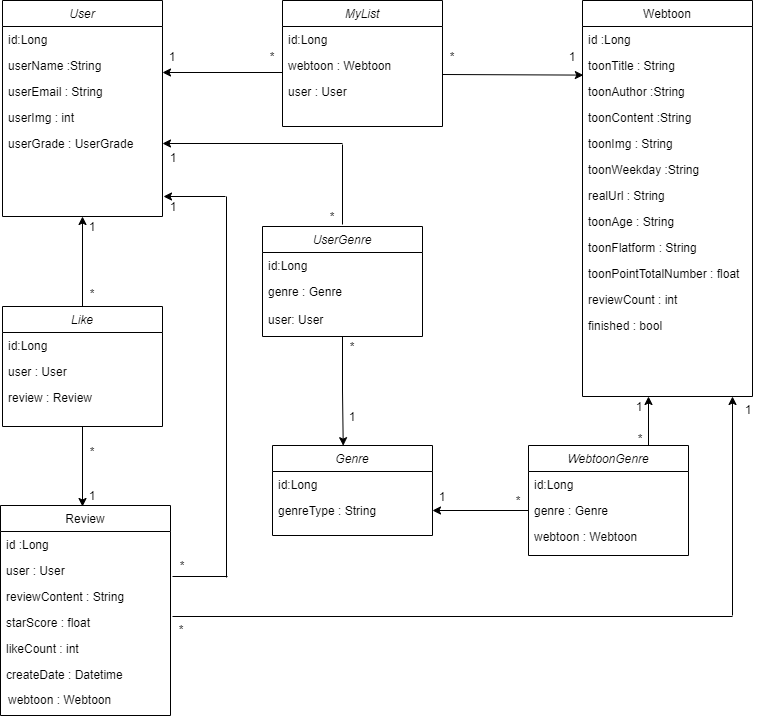
Before: webtooniverse Diagram.png, a diagram exported from draw.io (yeonnwoo/Webtooni_server). Source tidied: cells renumbered, new cells last; positions are measured from the earlier drawing's top-left corner, leaving out a move shared by most shapes. Its diagram source:
```xml
<mxGraphModel>
  <root>
    <mxCell id="0" />
    <mxCell id="1" parent="0" />
    <mxCell id="2" value="User" style="swimlane;fontStyle=2;align=center;verticalAlign=top;horizontal=1;startSize=26;rounded=0;shadow=0;strokeWidth=1;" parent="1" vertex="1">
      <mxGeometry x="2" width="160" height="216" as="geometry" />
    </mxCell>
    <mxCell id="3" value="id:Long" style="text;align=left;verticalAlign=top;spacingLeft=4;spacingRight=4;overflow=hidden;" parent="2" vertex="1">
      <mxGeometry y="26" width="160" height="26" as="geometry" />
    </mxCell>
    <mxCell id="4" value="userName :String" style="text;align=left;verticalAlign=top;spacingLeft=4;spacingRight=4;overflow=hidden;rounded=0;shadow=0;html=0;" parent="2" vertex="1">
      <mxGeometry y="52" width="160" height="26" as="geometry" />
    </mxCell>
    <mxCell id="5" value="userEmail : String" style="text;align=left;verticalAlign=top;spacingLeft=4;spacingRight=4;overflow=hidden;rounded=0;shadow=0;html=0;" parent="2" vertex="1">
      <mxGeometry y="78" width="160" height="26" as="geometry" />
    </mxCell>
    <mxCell id="6" value="userImg : int" style="text;align=left;verticalAlign=top;spacingLeft=4;spacingRight=4;overflow=hidden;rounded=0;shadow=0;html=0;" parent="2" vertex="1">
      <mxGeometry y="104" width="160" height="26" as="geometry" />
    </mxCell>
    <mxCell id="7" value="userGrade : UserGrade" style="text;align=left;verticalAlign=top;spacingLeft=4;spacingRight=4;overflow=hidden;points=[[0,0.5],[1,0.5]];portConstraint=eastwest;rounded=0;shadow=0;html=0;" parent="2" vertex="1">
      <mxGeometry y="130" width="160" height="26" as="geometry" />
    </mxCell>
    <mxCell id="8" value="Webtoon" style="swimlane;fontStyle=0;align=center;verticalAlign=top;horizontal=1;startSize=26;rounded=0;shadow=0;strokeWidth=1;" parent="1" vertex="1">
      <mxGeometry x="582" width="170" height="396" as="geometry" />
    </mxCell>
    <mxCell id="9" value="id :Long" style="text;align=left;verticalAlign=top;spacingLeft=4;spacingRight=4;overflow=hidden;rounded=0;shadow=0;html=0;" parent="8" vertex="1">
      <mxGeometry y="26" width="170" height="26" as="geometry" />
    </mxCell>
    <mxCell id="10" value="toonTitle : String" style="text;align=left;verticalAlign=top;spacingLeft=4;spacingRight=4;overflow=hidden;rounded=0;shadow=0;html=0;" parent="8" vertex="1">
      <mxGeometry y="52" width="170" height="26" as="geometry" />
    </mxCell>
    <mxCell id="11" value="toonAuthor :String" style="text;align=left;verticalAlign=top;spacingLeft=4;spacingRight=4;overflow=hidden;rounded=0;shadow=0;html=0;" parent="8" vertex="1">
      <mxGeometry y="78" width="170" height="26" as="geometry" />
    </mxCell>
    <mxCell id="12" value="toonContent :String" style="text;align=left;verticalAlign=top;spacingLeft=4;spacingRight=4;overflow=hidden;rounded=0;shadow=0;html=0;" parent="8" vertex="1">
      <mxGeometry y="104" width="170" height="26" as="geometry" />
    </mxCell>
    <mxCell id="13" value="toonImg : String" style="text;align=left;verticalAlign=top;spacingLeft=4;spacingRight=4;overflow=hidden;rounded=0;shadow=0;html=0;" parent="8" vertex="1">
      <mxGeometry y="130" width="170" height="26" as="geometry" />
    </mxCell>
    <mxCell id="14" value="toonWeekday :String" style="text;align=left;verticalAlign=top;spacingLeft=4;spacingRight=4;overflow=hidden;rounded=0;shadow=0;html=0;" parent="8" vertex="1">
      <mxGeometry y="156" width="170" height="26" as="geometry" />
    </mxCell>
    <mxCell id="15" value="realUrl : String" style="text;align=left;verticalAlign=top;spacingLeft=4;spacingRight=4;overflow=hidden;rounded=0;shadow=0;html=0;" parent="8" vertex="1">
      <mxGeometry y="182" width="170" height="26" as="geometry" />
    </mxCell>
    <mxCell id="16" value="toonAge : String" style="text;align=left;verticalAlign=top;spacingLeft=4;spacingRight=4;overflow=hidden;" parent="8" vertex="1">
      <mxGeometry y="208" width="170" height="26" as="geometry" />
    </mxCell>
    <mxCell id="17" value="toonFlatform : String" style="text;align=left;verticalAlign=top;spacingLeft=4;spacingRight=4;overflow=hidden;" parent="8" vertex="1">
      <mxGeometry y="234" width="170" height="26" as="geometry" />
    </mxCell>
    <mxCell id="18" value="toonPointTotalNumber : float" style="text;align=left;verticalAlign=top;spacingLeft=4;spacingRight=4;overflow=hidden;" parent="8" vertex="1">
      <mxGeometry y="260" width="170" height="26" as="geometry" />
    </mxCell>
    <mxCell id="19" value="reviewCount : int" style="text;align=left;verticalAlign=top;spacingLeft=4;spacingRight=4;overflow=hidden;" parent="8" vertex="1">
      <mxGeometry y="286" width="170" height="26" as="geometry" />
    </mxCell>
    <mxCell id="20" value="finished : bool" style="text;align=left;verticalAlign=top;spacingLeft=4;spacingRight=4;overflow=hidden;" parent="8" vertex="1">
      <mxGeometry y="312" width="170" height="28" as="geometry" />
    </mxCell>
    <mxCell id="21" value="MyList" style="swimlane;fontStyle=2;align=center;verticalAlign=top;horizontal=1;startSize=26;rounded=0;shadow=0;strokeWidth=1;" parent="1" vertex="1">
      <mxGeometry x="282" width="160" height="126" as="geometry" />
    </mxCell>
    <mxCell id="22" value="id:Long" style="text;align=left;verticalAlign=top;spacingLeft=4;spacingRight=4;overflow=hidden;" parent="21" vertex="1">
      <mxGeometry y="26" width="160" height="26" as="geometry" />
    </mxCell>
    <mxCell id="23" value="webtoon : Webtoon" style="text;align=left;verticalAlign=top;spacingLeft=4;spacingRight=4;overflow=hidden;rounded=0;shadow=0;html=0;" parent="21" vertex="1">
      <mxGeometry y="52" width="160" height="26" as="geometry" />
    </mxCell>
    <mxCell id="24" value="user : User" style="text;align=left;verticalAlign=top;spacingLeft=4;spacingRight=4;overflow=hidden;rounded=0;shadow=0;html=0;" parent="21" vertex="1">
      <mxGeometry y="78" width="160" height="26" as="geometry" />
    </mxCell>
    <mxCell id="25" value="1" style="text;html=1;strokeColor=none;fillColor=none;align=center;verticalAlign=middle;whiteSpace=wrap;rounded=0;" parent="1" vertex="1">
      <mxGeometry x="162" y="46" width="20" height="20" as="geometry" />
    </mxCell>
    <mxCell id="26" value="*" style="text;html=1;strokeColor=none;fillColor=none;align=center;verticalAlign=middle;whiteSpace=wrap;rounded=0;" parent="1" vertex="1">
      <mxGeometry x="262" y="46" width="20" height="20" as="geometry" />
    </mxCell>
    <mxCell id="27" value="*" style="text;html=1;strokeColor=none;fillColor=none;align=center;verticalAlign=middle;whiteSpace=wrap;rounded=0;" parent="1" vertex="1">
      <mxGeometry x="442" y="46" width="20" height="20" as="geometry" />
    </mxCell>
    <mxCell id="28" value="1" style="text;html=1;strokeColor=none;fillColor=none;align=center;verticalAlign=middle;whiteSpace=wrap;rounded=0;" parent="1" vertex="1">
      <mxGeometry x="562" y="46" width="20" height="20" as="geometry" />
    </mxCell>
    <mxCell id="29" value="Review" style="swimlane;fontStyle=0;align=center;verticalAlign=top;horizontal=1;startSize=26;rounded=0;shadow=0;strokeWidth=1;" parent="1" vertex="1">
      <mxGeometry y="505" width="170" height="210" as="geometry" />
    </mxCell>
    <mxCell id="30" value="id :Long" style="text;align=left;verticalAlign=top;spacingLeft=4;spacingRight=4;overflow=hidden;rounded=0;shadow=0;html=0;" parent="29" vertex="1">
      <mxGeometry y="26" width="170" height="26" as="geometry" />
    </mxCell>
    <mxCell id="31" value="user : User" style="text;align=left;verticalAlign=top;spacingLeft=4;spacingRight=4;overflow=hidden;rounded=0;shadow=0;html=0;" parent="29" vertex="1">
      <mxGeometry y="52" width="170" height="26" as="geometry" />
    </mxCell>
    <mxCell id="32" value="reviewContent : String" style="text;align=left;verticalAlign=top;spacingLeft=4;spacingRight=4;overflow=hidden;rounded=0;shadow=0;html=0;" parent="29" vertex="1">
      <mxGeometry y="78" width="170" height="26" as="geometry" />
    </mxCell>
    <mxCell id="33" value="starScore : float" style="text;align=left;verticalAlign=top;spacingLeft=4;spacingRight=4;overflow=hidden;rounded=0;shadow=0;html=0;" parent="29" vertex="1">
      <mxGeometry y="104" width="170" height="26" as="geometry" />
    </mxCell>
    <mxCell id="34" value="likeCount : int" style="text;align=left;verticalAlign=top;spacingLeft=4;spacingRight=4;overflow=hidden;rounded=0;shadow=0;html=0;" parent="29" vertex="1">
      <mxGeometry y="130" width="170" height="26" as="geometry" />
    </mxCell>
    <mxCell id="35" value="createDate : Datetime" style="text;align=left;verticalAlign=top;spacingLeft=4;spacingRight=4;overflow=hidden;rounded=0;shadow=0;html=0;" parent="29" vertex="1">
      <mxGeometry y="156" width="170" height="26" as="geometry" />
    </mxCell>
    <mxCell id="36" value="1" style="text;html=1;strokeColor=none;fillColor=none;align=center;verticalAlign=middle;whiteSpace=wrap;rounded=0;" parent="1" vertex="1">
      <mxGeometry x="82" y="216" width="20" height="20" as="geometry" />
    </mxCell>
    <mxCell id="37" value="*" style="text;html=1;strokeColor=none;fillColor=none;align=center;verticalAlign=middle;whiteSpace=wrap;rounded=0;" parent="1" vertex="1">
      <mxGeometry x="82" y="283" width="20" height="20" as="geometry" />
    </mxCell>
    <mxCell id="38" style="edgeStyle=orthogonalEdgeStyle;rounded=0;jettySize=auto;html=1;exitX=0.5;exitY=0;exitDx=0;exitDy=0;entryX=0.5;entryY=1;entryDx=0;entryDy=0;" parent="1" edge="1" source="40" target="2">
      <mxGeometry relative="1" as="geometry" />
    </mxCell>
    <mxCell id="39" style="edgeStyle=orthogonalEdgeStyle;rounded=0;jettySize=auto;html=1;exitX=0.5;exitY=1;exitDx=0;exitDy=0;" parent="1" edge="1" source="40">
      <mxGeometry relative="1" as="geometry">
        <mxPoint x="82" y="506" as="targetPoint" />
      </mxGeometry>
    </mxCell>
    <mxCell id="40" value="Like" style="swimlane;fontStyle=2;align=center;verticalAlign=top;horizontal=1;startSize=26;rounded=0;shadow=0;strokeWidth=1;" parent="1" vertex="1">
      <mxGeometry x="2" y="306" width="160" height="120" as="geometry" />
    </mxCell>
    <mxCell id="41" value="id:Long" style="text;align=left;verticalAlign=top;spacingLeft=4;spacingRight=4;overflow=hidden;" parent="40" vertex="1">
      <mxGeometry y="26" width="160" height="26" as="geometry" />
    </mxCell>
    <mxCell id="42" value="user : User" style="text;align=left;verticalAlign=top;spacingLeft=4;spacingRight=4;overflow=hidden;rounded=0;shadow=0;html=0;" parent="40" vertex="1">
      <mxGeometry y="52" width="160" height="26" as="geometry" />
    </mxCell>
    <mxCell id="43" value="review : Review" style="text;align=left;verticalAlign=top;spacingLeft=4;spacingRight=4;overflow=hidden;rounded=0;shadow=0;html=0;" parent="40" vertex="1">
      <mxGeometry y="78" width="160" height="26" as="geometry" />
    </mxCell>
    <mxCell id="44" value="*" style="text;html=1;strokeColor=none;fillColor=none;align=center;verticalAlign=middle;whiteSpace=wrap;rounded=0;" parent="1" vertex="1">
      <mxGeometry x="82" y="441" width="20" height="20" as="geometry" />
    </mxCell>
    <mxCell id="45" value="1" style="text;html=1;strokeColor=none;fillColor=none;align=center;verticalAlign=middle;whiteSpace=wrap;rounded=0;" parent="1" vertex="1">
      <mxGeometry x="82" y="485" width="20" height="20" as="geometry" />
    </mxCell>
    <mxCell id="46" style="endArrow=classic;html=1;entryX=0.005;entryY=0.946;entryDx=0;entryDy=0;entryPerimeter=0;" parent="1" edge="1">
      <mxGeometry relative="1" as="geometry">
        <mxPoint x="442" y="74" as="sourcePoint" />
        <mxPoint x="582.8" y="74.6" as="targetPoint" />
      </mxGeometry>
    </mxCell>
    <mxCell id="47" value="Genre" style="swimlane;fontStyle=2;align=center;verticalAlign=top;horizontal=1;startSize=26;rounded=0;shadow=0;strokeWidth=1;" parent="1" vertex="1">
      <mxGeometry x="272" y="445" width="160" height="90" as="geometry" />
    </mxCell>
    <mxCell id="48" value="id:Long" style="text;align=left;verticalAlign=top;spacingLeft=4;spacingRight=4;overflow=hidden;" parent="47" vertex="1">
      <mxGeometry y="26" width="160" height="26" as="geometry" />
    </mxCell>
    <mxCell id="49" value="genreType : String" style="text;align=left;verticalAlign=top;spacingLeft=4;spacingRight=4;overflow=hidden;points=[[0,0.5],[1,0.5]];portConstraint=eastwest;rounded=0;shadow=0;html=0;" parent="47" vertex="1">
      <mxGeometry y="52" width="160" height="26" as="geometry" />
    </mxCell>
    <mxCell id="50" style="edgeStyle=orthogonalEdgeStyle;rounded=0;jettySize=auto;html=1;exitX=0.5;exitY=1;exitDx=0;exitDy=0;entryX=0.442;entryY=0.002;entryDx=0;entryDy=0;entryPerimeter=0;" parent="1" edge="1" source="51" target="47">
      <mxGeometry relative="1" as="geometry" />
    </mxCell>
    <mxCell id="51" value="UserGenre" style="swimlane;fontStyle=2;align=center;verticalAlign=top;horizontal=1;startSize=26;rounded=0;shadow=0;strokeWidth=1;" parent="1" vertex="1">
      <mxGeometry x="262" y="226" width="160" height="110" as="geometry" />
    </mxCell>
    <mxCell id="52" value="id:Long" style="text;align=left;verticalAlign=top;spacingLeft=4;spacingRight=4;overflow=hidden;" parent="51" vertex="1">
      <mxGeometry y="26" width="160" height="26" as="geometry" />
    </mxCell>
    <mxCell id="53" value="genre : Genre" style="text;align=left;verticalAlign=top;spacingLeft=4;spacingRight=4;overflow=hidden;rounded=0;shadow=0;html=0;" parent="51" vertex="1">
      <mxGeometry y="52" width="160" height="26" as="geometry" />
    </mxCell>
    <mxCell id="54" value="1" style="text;html=1;strokeColor=none;fillColor=none;align=center;verticalAlign=middle;whiteSpace=wrap;rounded=0;" parent="1" vertex="1">
      <mxGeometry x="342" y="406" width="20" height="20" as="geometry" />
    </mxCell>
    <mxCell id="55" value="*" style="text;html=1;strokeColor=none;fillColor=none;align=center;verticalAlign=middle;whiteSpace=wrap;rounded=0;" parent="1" vertex="1">
      <mxGeometry x="342" y="336" width="20" height="20" as="geometry" />
    </mxCell>
    <mxCell id="56" value="1" style="text;html=1;strokeColor=none;fillColor=none;align=center;verticalAlign=middle;whiteSpace=wrap;rounded=0;" parent="1" vertex="1">
      <mxGeometry x="163" y="147" width="20" height="20" as="geometry" />
    </mxCell>
    <mxCell id="57" value="*" style="text;html=1;strokeColor=none;fillColor=none;align=center;verticalAlign=middle;whiteSpace=wrap;rounded=0;" parent="1" vertex="1">
      <mxGeometry x="322" y="206" width="20" height="20" as="geometry" />
    </mxCell>
    <mxCell id="58" style="edgeStyle=orthogonalEdgeStyle;rounded=0;jettySize=auto;html=1;exitX=0.75;exitY=0;exitDx=0;exitDy=0;" parent="1" edge="1" source="59">
      <mxGeometry relative="1" as="geometry">
        <mxPoint x="648" y="396" as="targetPoint" />
      </mxGeometry>
    </mxCell>
    <mxCell id="59" value="WebtoonGenre" style="swimlane;fontStyle=2;align=center;verticalAlign=top;horizontal=1;startSize=26;rounded=0;shadow=0;strokeWidth=1;" parent="1" vertex="1">
      <mxGeometry x="528" y="445" width="160" height="110" as="geometry" />
    </mxCell>
    <mxCell id="60" value="id:Long" style="text;align=left;verticalAlign=top;spacingLeft=4;spacingRight=4;overflow=hidden;" parent="59" vertex="1">
      <mxGeometry y="26" width="160" height="26" as="geometry" />
    </mxCell>
    <mxCell id="61" value="genre : Genre" style="text;align=left;verticalAlign=top;spacingLeft=4;spacingRight=4;overflow=hidden;points=[[0,0.5],[1,0.5]];portConstraint=eastwest;rounded=0;shadow=0;html=0;" parent="59" vertex="1">
      <mxGeometry y="52" width="160" height="26" as="geometry" />
    </mxCell>
    <mxCell id="62" value="webtoon : Webtoon" style="text;align=left;verticalAlign=top;spacingLeft=4;spacingRight=4;overflow=hidden;rounded=0;shadow=0;html=0;" parent="59" vertex="1">
      <mxGeometry y="78" width="160" height="26" as="geometry" />
    </mxCell>
    <mxCell id="63" value="1" style="text;html=1;strokeColor=none;fillColor=none;align=center;verticalAlign=middle;whiteSpace=wrap;rounded=0;" parent="1" vertex="1">
      <mxGeometry x="629" y="396" width="20" height="20" as="geometry" />
    </mxCell>
    <mxCell id="64" value="*" style="text;html=1;strokeColor=none;fillColor=none;align=center;verticalAlign=middle;whiteSpace=wrap;rounded=0;" parent="1" vertex="1">
      <mxGeometry x="630" y="428" width="20" height="20" as="geometry" />
    </mxCell>
    <mxCell id="65" style="edgeStyle=orthogonalEdgeStyle;rounded=0;jettySize=auto;html=1;exitX=0;exitY=0.5;exitDx=0;exitDy=0;entryX=1;entryY=0.5;entryDx=0;entryDy=0;" parent="1" edge="1" source="61" target="49">
      <mxGeometry relative="1" as="geometry" />
    </mxCell>
    <mxCell id="66" value="*" style="text;html=1;strokeColor=none;fillColor=none;align=center;verticalAlign=middle;whiteSpace=wrap;rounded=0;" parent="1" vertex="1">
      <mxGeometry x="508" y="490" width="20" height="20" as="geometry" />
    </mxCell>
    <mxCell id="67" value="1" style="text;html=1;strokeColor=none;fillColor=none;align=center;verticalAlign=middle;whiteSpace=wrap;rounded=0;" parent="1" vertex="1">
      <mxGeometry x="432" y="486" width="20" height="20" as="geometry" />
    </mxCell>
    <mxCell id="68" value="user: User" style="text;align=left;verticalAlign=top;spacingLeft=4;spacingRight=4;overflow=hidden;rounded=0;shadow=0;html=0;" parent="1" vertex="1">
      <mxGeometry x="262" y="306" width="160" height="26" as="geometry" />
    </mxCell>
    <mxCell id="69" value="webtoon : Webtoon" style="text;align=left;verticalAlign=top;spacingLeft=4;spacingRight=4;overflow=hidden;rounded=0;shadow=0;html=0;" parent="1" vertex="1">
      <mxGeometry x="2" y="686" width="170" height="26" as="geometry" />
    </mxCell>
    <mxCell id="70" value="*" style="text;html=1;strokeColor=none;fillColor=none;align=center;verticalAlign=middle;whiteSpace=wrap;rounded=0;" parent="1" vertex="1">
      <mxGeometry x="171" y="619" width="20" height="20" as="geometry" />
    </mxCell>
    <mxCell id="71" value="1" style="text;html=1;strokeColor=none;fillColor=none;align=center;verticalAlign=middle;whiteSpace=wrap;rounded=0;" parent="1" vertex="1">
      <mxGeometry x="738" y="399" width="20" height="20" as="geometry" />
    </mxCell>
    <mxCell id="72" style="endArrow=none;html=1;" parent="1" edge="1">
      <mxGeometry relative="1" as="geometry">
        <mxPoint x="172" y="616" as="sourcePoint" />
        <mxPoint x="732" y="616" as="targetPoint" />
      </mxGeometry>
    </mxCell>
    <mxCell id="73" style="endArrow=none;html=1;exitX=1;exitY=1;exitDx=0;exitDy=0;" parent="1" edge="1">
      <mxGeometry relative="1" as="geometry">
        <mxPoint x="342" y="224" as="sourcePoint" />
        <mxPoint x="342" y="144" as="targetPoint" />
      </mxGeometry>
    </mxCell>
    <mxCell id="74" style="endArrow=none;html=1;" parent="1" edge="1">
      <mxGeometry relative="1" as="geometry">
        <mxPoint x="226" y="577" as="sourcePoint" />
        <mxPoint x="226" y="196" as="targetPoint" />
      </mxGeometry>
    </mxCell>
    <mxCell id="75" style="endArrow=none;html=1;" parent="1" edge="1">
      <mxGeometry relative="1" as="geometry">
        <mxPoint x="172" y="576" as="sourcePoint" />
        <mxPoint x="227" y="576" as="targetPoint" />
      </mxGeometry>
    </mxCell>
    <mxCell id="76" value="1" style="text;html=1;strokeColor=none;fillColor=none;align=center;verticalAlign=middle;whiteSpace=wrap;rounded=0;" parent="1" vertex="1">
      <mxGeometry x="163" y="196" width="20" height="20" as="geometry" />
    </mxCell>
    <mxCell id="77" value="*" style="text;html=1;strokeColor=none;fillColor=none;align=center;verticalAlign=middle;whiteSpace=wrap;rounded=0;" parent="1" vertex="1">
      <mxGeometry x="172" y="555" width="20" height="20" as="geometry" />
    </mxCell>
    <mxCell id="78" style="edgeStyle=orthogonalEdgeStyle;rounded=0;orthogonalLoop=1;jettySize=auto;html=1;exitX=0;exitY=0.5;exitDx=0;exitDy=0;entryX=1;entryY=0.5;entryDx=0;entryDy=0;" parent="1" edge="1">
      <mxGeometry relative="1" as="geometry">
        <mxPoint x="282" y="72" as="sourcePoint" />
        <mxPoint x="162" y="72" as="targetPoint" />
      </mxGeometry>
    </mxCell>
    <mxCell id="79" style="endArrow=classic;html=1;entryX=1;entryY=0.5;entryDx=0;entryDy=0;" parent="1" edge="1" target="7">
      <mxGeometry relative="1" as="geometry">
        <mxPoint x="342" y="143" as="sourcePoint" />
      </mxGeometry>
    </mxCell>
    <mxCell id="80" style="endArrow=classic;html=1;entryX=0;entryY=0;entryDx=0;entryDy=0;" parent="1" edge="1" target="76">
      <mxGeometry relative="1" as="geometry">
        <mxPoint x="225" y="196" as="sourcePoint" />
      </mxGeometry>
    </mxCell>
    <mxCell id="81" style="edgeStyle=orthogonalEdgeStyle;rounded=0;orthogonalLoop=1;jettySize=auto;html=1;" parent="1" edge="1">
      <mxGeometry relative="1" as="geometry">
        <mxPoint x="732" y="615" as="sourcePoint" />
        <mxPoint x="732" y="396" as="targetPoint" />
      </mxGeometry>
    </mxCell>
  </root>
</mxGraphModel>
```
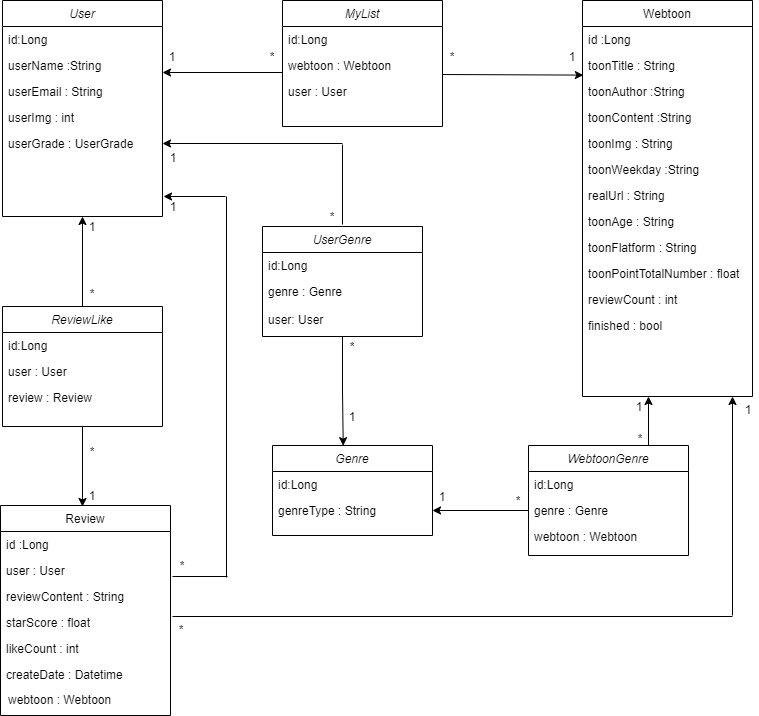
After the change.

The edit, as a diff of the source:
```diff
@@ -118,7 +118,7 @@
         <mxPoint x="82" y="506" as="targetPoint" />
       </mxGeometry>
     </mxCell>
-    <mxCell id="40" value="Like" style="swimlane;fontStyle=2;align=center;verticalAlign=top;horizontal=1;startSize=26;rounded=0;shadow=0;strokeWidth=1;" parent="1" vertex="1">
+    <mxCell id="40" value="ReviewLike" style="swimlane;fontStyle=2;align=center;verticalAlign=top;horizontal=1;startSize=26;rounded=0;shadow=0;strokeWidth=1;" parent="1" vertex="1">
       <mxGeometry x="2" y="306" width="160" height="120" as="geometry" />
     </mxCell>
     <mxCell id="41" value="id:Long" style="text;align=left;verticalAlign=top;spacingLeft=4;spacingRight=4;overflow=hidden;" parent="40" vertex="1">
```
